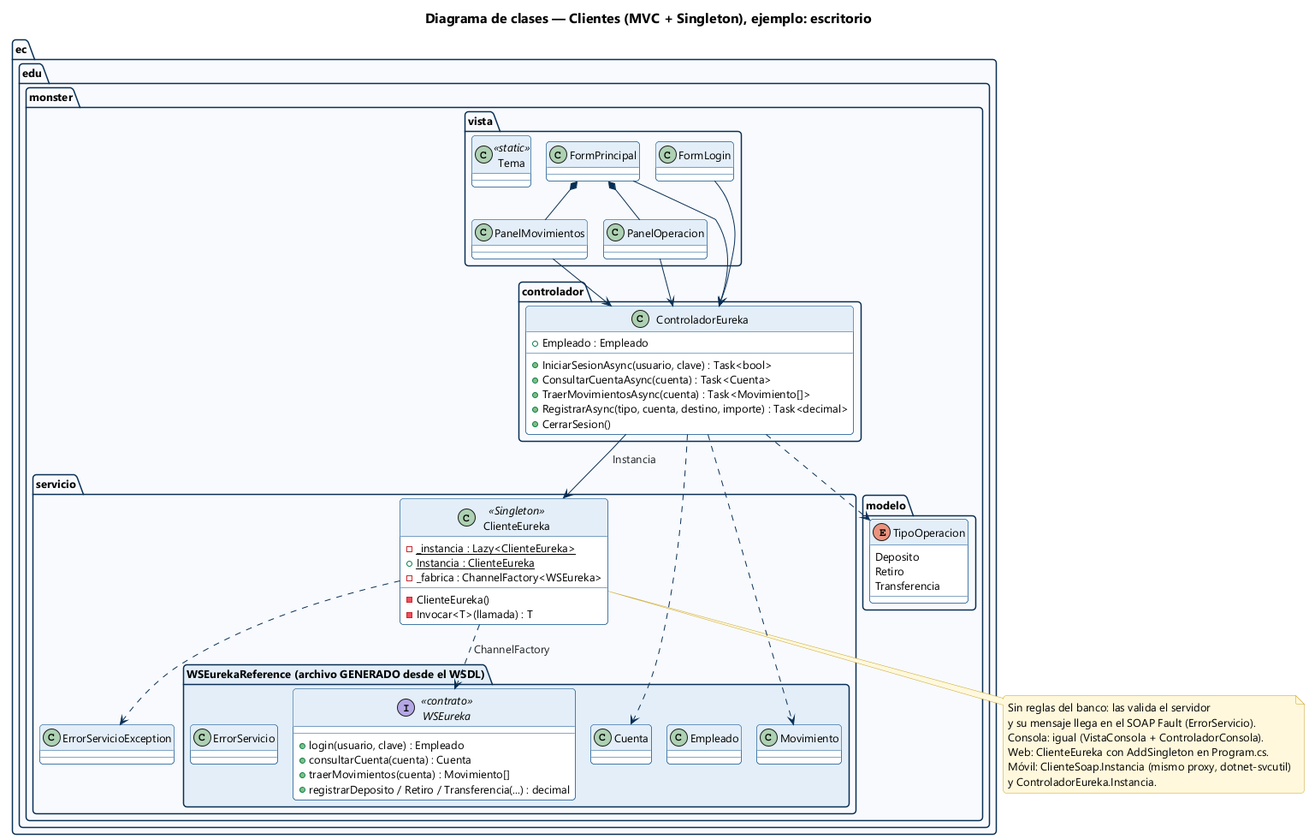
Above: 01. UML/03. DIAGRAMAS/04_CLASES/DC_Clientes.png in jsmasapanta/T2.1.2-PAO202651_SOAP_DOTNET_BDD_NRC36884_GR01 (PlantUML), before the change.
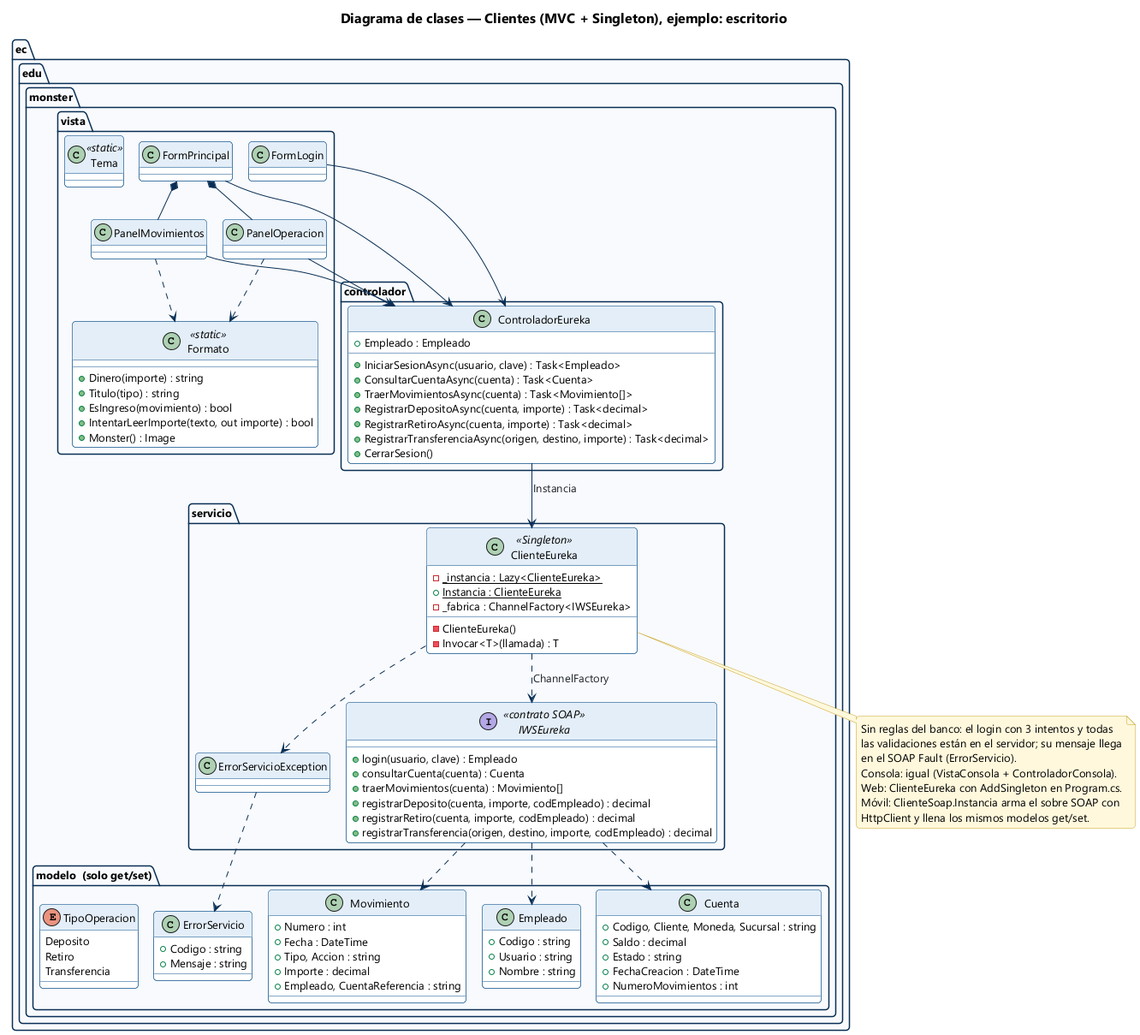
After the commit.

Diff of the diagram source:
```diff
@@ -7,45 +7,72 @@
   class FormPrincipal
   class PanelMovimientos
   class PanelOperacion
+  class Formato <<static>> {
+    + Dinero(importe) : string
+    + Titulo(tipo) : string
+    + EsIngreso(movimiento) : bool
+    + IntentarLeerImporte(texto, out importe) : bool
+    + Monster() : Image
+  }
   class Tema <<static>>
 }
 
 package "ec.edu.monster.controlador" {
   class ControladorEureka {
     + Empleado : Empleado
-    + IniciarSesionAsync(usuario, clave) : Task<bool>
+    + IniciarSesionAsync(usuario, clave) : Task<Empleado>
     + ConsultarCuentaAsync(cuenta) : Task<Cuenta>
     + TraerMovimientosAsync(cuenta) : Task<Movimiento[]>
-    + RegistrarAsync(tipo, cuenta, destino, importe) : Task<decimal>
+    + RegistrarDepositoAsync(cuenta, importe) : Task<decimal>
+    + RegistrarRetiroAsync(cuenta, importe) : Task<decimal>
+    + RegistrarTransferenciaAsync(origen, destino, importe) : Task<decimal>
     + CerrarSesion()
   }
 }
 
 package "ec.edu.monster.servicio" {
+  interface IWSEureka <<contrato SOAP>> {
+    + login(usuario, clave) : Empleado
+    + consultarCuenta(cuenta) : Cuenta
+    + traerMovimientos(cuenta) : Movimiento[]
+    + registrarDeposito(cuenta, importe, codEmpleado) : decimal
+    + registrarRetiro(cuenta, importe, codEmpleado) : decimal
+    + registrarTransferencia(origen, destino, importe, codEmpleado) : decimal
+  }
   class ClienteEureka <<Singleton>> {
     - {static} _instancia : Lazy<ClienteEureka>
     + {static} Instancia : ClienteEureka
-    - _fabrica : ChannelFactory<WSEureka>
+    - _fabrica : ChannelFactory<IWSEureka>
     - ClienteEureka()
     - Invocar<T>(llamada) : T
   }
   class ErrorServicioException
-
-  package "WSEurekaReference (archivo GENERADO desde el WSDL)" #E3EEF8 {
-    interface WSEureka <<contrato>> {
-      + login(usuario, clave) : Empleado
-      + consultarCuenta(cuenta) : Cuenta
-      + traerMovimientos(cuenta) : Movimiento[]
-      + registrarDeposito / Retiro / Transferencia(...) : decimal
-    }
-    class Empleado
-    class Cuenta
-    class Movimiento
-    class ErrorServicio
-  }
 }
 
-package "ec.edu.monster.modelo" {
+package "ec.edu.monster.modelo  (solo get/set)" {
+  class Empleado {
+    + Codigo : string
+    + Usuario : string
+    + Nombre : string
+  }
+  class Cuenta {
+    + Codigo, Cliente, Moneda, Sucursal : string
+    + Saldo : decimal
+    + Estado : string
+    + FechaCreacion : DateTime
+    + NumeroMovimientos : int
+  }
+  class Movimiento {
+    + Numero : int
+    + Fecha : DateTime
+    + Tipo, Accion : string
+    + Importe : decimal
+    + Empleado, CuentaReferencia : string
+  }
+  class ErrorServicio {
+    + Codigo : string
+    + Mensaje : string
+  }
   enum TipoOperacion {
     Deposito
     Retiro
@@ -59,19 +86,23 @@
 FormPrincipal *-- PanelOperacion
 PanelMovimientos --> ControladorEureka
 PanelOperacion --> ControladorEureka
+PanelMovimientos ..> Formato
+PanelOperacion ..> Formato
 ControladorEureka --> ClienteEureka : Instancia
-ClienteEureka ..> WSEureka : ChannelFactory
+ClienteEureka ..> IWSEureka : ChannelFactory
 ClienteEureka ..> ErrorServicioException
-ControladorEureka ..> Cuenta
-ControladorEureka ..> Movimiento
-ControladorEureka ..> TipoOperacion
+ErrorServicioException ..> ErrorServicio
+IWSEureka ..> Empleado
+IWSEureka ..> Cuenta
+IWSEureka ..> Movimiento
 
 note bottom of ClienteEureka
-  Sin reglas del banco: las valida el servidor
-  y su mensaje llega en el SOAP Fault (ErrorServicio).
+  Sin reglas del banco: el login con 3 intentos y todas
+  las validaciones están en el servidor; su mensaje llega
+  en el SOAP Fault (ErrorServicio).
   Consola: igual (VistaConsola + ControladorConsola).
   Web: ClienteEureka con AddSingleton en Program.cs.
-  Móvil: ClienteSoap.Instancia (mismo proxy, dotnet-svcutil)
-  y ControladorEureka.Instancia.
+  Móvil: ClienteSoap.Instancia arma el sobre SOAP con
+  HttpClient y llena los mismos modelos get/set.
 end note
 @enduml
```
